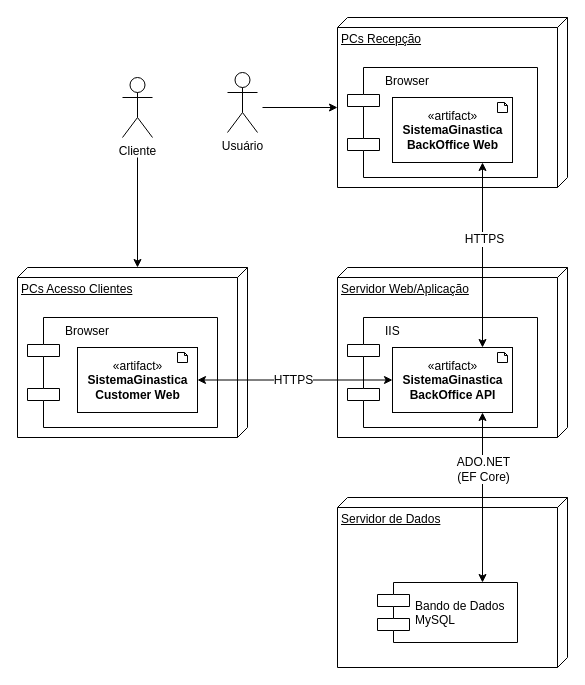
will-steffen/esof-tcc keeps this draw.io diagram as docs/drawio/Diagrama de Implantação.drawio. Above is the earlier version. Source tidied: cells renumbered, new cells numbered last; positions are measured from the earlier drawing's top-left corner, leaving out a move shared by most shapes. Both pictures are drawn from the tidied source at 100%, with x=0, y=0 at pixel (17, 17).
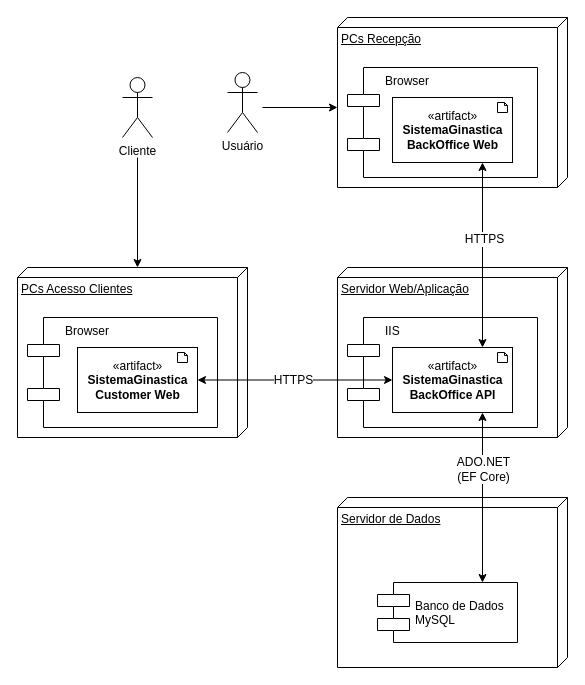
The same page after the edit.

The edit, as a diff of the source:
```diff
@@
-    <mxCell id="11" value="Bando de Dados&#10;MySQL" style="shape=component;align=left;spacingLeft=36;horizontal=1;verticalAlign=middle;" parent="1" vertex="1">
+    <mxCell id="11" value="Banco de Dados&#10;MySQL" style="shape=component;align=left;spacingLeft=36;horizontal=1;verticalAlign=middle;" parent="1" vertex="1">
       <mxGeometry x="360" y="565" width="140" height="60" as="geometry" />
     </mxCell>
```
